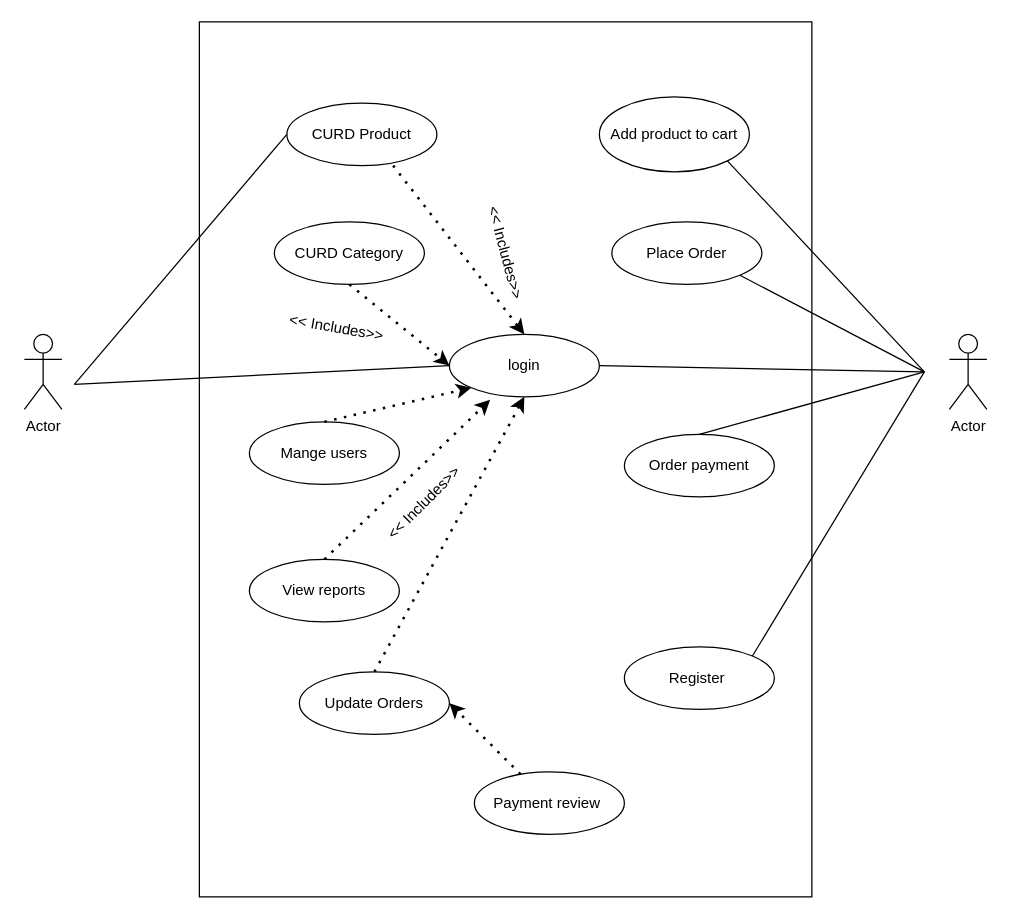
Before: Untitled Diagram.drawio in sab1in/css_BEM, a draw.io diagram. Source tidied: cells renumbered, new cells numbered last; positions are measured from the earlier drawing's top-left corner, leaving out a move shared by most shapes. Both pictures are drawn from the tidied source at 125%, with x=0, y=0 at pixel (24, 21).
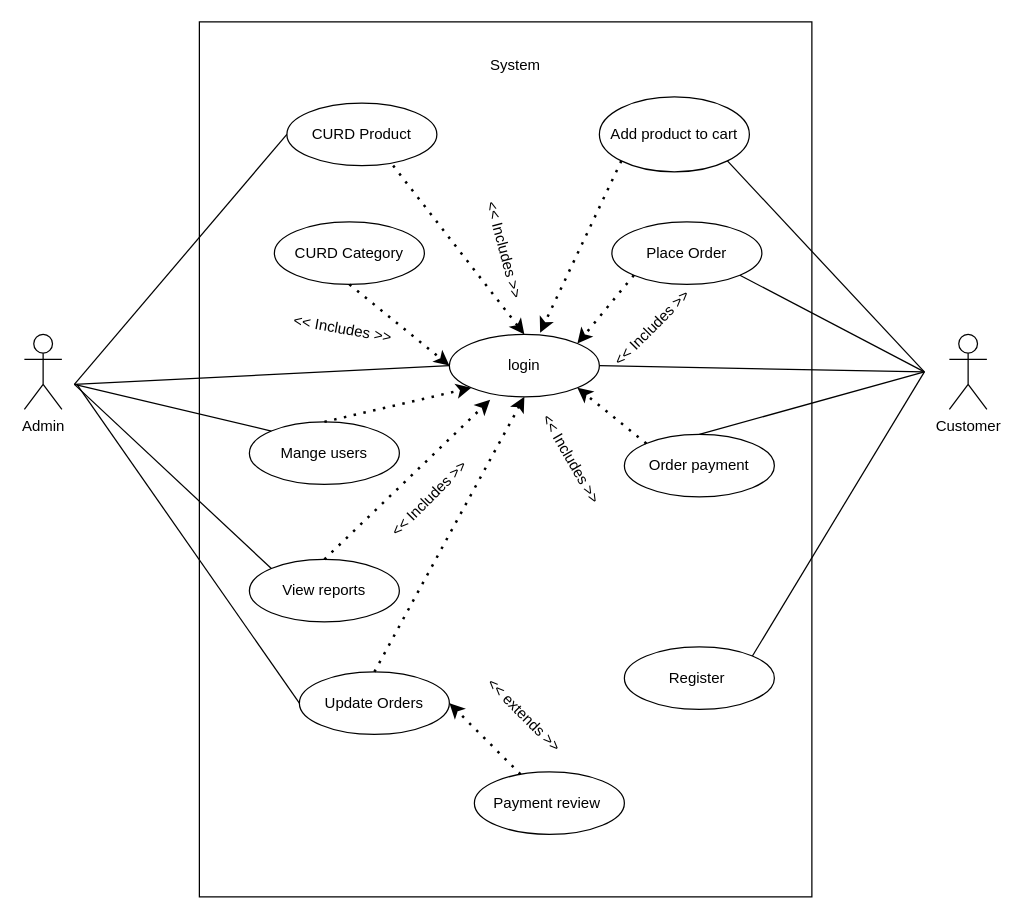
The same diagram, later.

The change refers to these unchanged cells:
```xml
<mxCell id="5" value="login" style="ellipse;whiteSpace=wrap;html=1;" parent="1" vertex="1">
  <mxGeometry x="340" y="250" width="120" height="50" as="geometry" />
</mxCell>
<mxCell id="7" value="Place Order" style="ellipse;whiteSpace=wrap;html=1;" parent="1" vertex="1">
  <mxGeometry x="470" y="160" width="120" height="50" as="geometry" />
</mxCell>
<mxCell id="8" value="Mange users" style="ellipse;whiteSpace=wrap;html=1;" parent="1" vertex="1">
  <mxGeometry x="180" y="320" width="120" height="50" as="geometry" />
</mxCell>
<mxCell id="9" value="Order payment" style="ellipse;whiteSpace=wrap;html=1;" parent="1" vertex="1">
  <mxGeometry x="480" y="330" width="120" height="50" as="geometry" />
</mxCell>
<mxCell id="11" value="Add product to cart" style="ellipse;whiteSpace=wrap;html=1;" parent="1" vertex="1">
  <mxGeometry x="460" y="60" width="120" height="60" as="geometry" />
</mxCell>
<mxCell id="13" value="View reports" style="ellipse;whiteSpace=wrap;html=1;" parent="1" vertex="1">
  <mxGeometry x="180" y="430" width="120" height="50" as="geometry" />
</mxCell>
<mxCell id="14" value="Update Orders" style="ellipse;whiteSpace=wrap;html=1;" parent="1" vertex="1">
  <mxGeometry x="220" y="520" width="120" height="50" as="geometry" />
</mxCell>
```

The edit, as a diff of the source:
```diff
@@
-    <mxCell id="3" value="Actor" style="shape=umlActor;verticalLabelPosition=bottom;verticalAlign=top;html=1;" parent="1" vertex="1">
+    <mxCell id="3" value="Admin" style="shape=umlActor;verticalLabelPosition=bottom;verticalAlign=top;html=1;" parent="1" vertex="1">
       <mxGeometry y="250" width="30" height="60" as="geometry" />
     </mxCell>
-    <mxCell id="4" value="Actor" style="shape=umlActor;verticalLabelPosition=bottom;verticalAlign=top;html=1;" parent="1" vertex="1">
+    <mxCell id="4" value="Customer" style="shape=umlActor;verticalLabelPosition=bottom;verticalAlign=top;html=1;" parent="1" vertex="1">
       <mxGeometry x="740" y="250" width="30" height="60" as="geometry" />
     </mxCell>
@@
-    <mxCell id="23" value="&amp;lt;&amp;lt; Includes&amp;gt;&amp;gt;" style="text;html=1;align=center;verticalAlign=middle;whiteSpace=wrap;rounded=0;rotation=-45;" parent="1" vertex="1">
-      <mxGeometry x="280" y="370" width="80" height="30" as="geometry" />
+    <mxCell id="23" value="&amp;lt;&amp;lt; Includes &amp;gt;&amp;gt;" style="text;html=1;align=center;verticalAlign=middle;whiteSpace=wrap;rounded=0;rotation=-45;" parent="1" vertex="1">
+      <mxGeometry x="278.5" y="366.5" width="90" height="30" as="geometry" />
     </mxCell>
-    <mxCell id="24" value="&amp;lt;&amp;lt; Includes&amp;gt;&amp;gt;" style="text;html=1;align=center;verticalAlign=middle;whiteSpace=wrap;rounded=0;rotation=75;" parent="1" vertex="1">
-      <mxGeometry x="345" y="170" width="80" height="30" as="geometry" />
+    <mxCell id="24" value="&amp;lt;&amp;lt; Includes &amp;gt;&amp;gt;" style="text;html=1;align=center;verticalAlign=middle;whiteSpace=wrap;rounded=0;rotation=75;" parent="1" vertex="1">
+      <mxGeometry x="341.9" y="167.6" width="85" height="30" as="geometry" />
     </mxCell>
-    <mxCell id="25" value="&amp;lt;&amp;lt; Includes&amp;gt;&amp;gt;" style="text;html=1;align=center;verticalAlign=middle;whiteSpace=wrap;rounded=0;rotation=10;" parent="1" vertex="1">
-      <mxGeometry x="210" y="230" width="80" height="30" as="geometry" />
+    <mxCell id="25" value="&amp;lt;&amp;lt; Includes &amp;gt;&amp;gt;" style="text;html=1;align=center;verticalAlign=middle;whiteSpace=wrap;rounded=0;rotation=10;" parent="1" vertex="1">
+      <mxGeometry x="209.9" y="230.9" width="90" height="30" as="geometry" />
     </mxCell>
@@
+    <mxCell id="32" style="endArrow=classic;dashed=1;html=1;dashPattern=1 3;strokeWidth=2;rounded=0;entryX=0.605;entryY=-0.027;entryDx=0;entryDy=0;exitX=0;exitY=1;exitDx=0;exitDy=0;entryPerimeter=0;" parent="1" edge="1" source="11" target="5">
+      <mxGeometry relative="1" as="geometry" />
+    </mxCell>
+    <mxCell id="33" style="endArrow=classic;dashed=1;html=1;dashPattern=1 3;strokeWidth=2;rounded=0;entryX=1;entryY=0;entryDx=0;entryDy=0;exitX=0;exitY=1;exitDx=0;exitDy=0;" parent="1" edge="1" source="7" target="5">
+      <mxGeometry relative="1" as="geometry" />
+    </mxCell>
+    <mxCell id="34" style="endArrow=classic;dashed=1;html=1;dashPattern=1 3;strokeWidth=2;rounded=0;entryX=1;entryY=1;entryDx=0;entryDy=0;exitX=0;exitY=0;exitDx=0;exitDy=0;" parent="1" edge="1" source="9" target="5">
+      <mxGeometry relative="1" as="geometry" />
+    </mxCell>
+    <mxCell id="35" value="&amp;lt;&amp;lt; extends &amp;gt;&amp;gt;" style="text;html=1;align=center;verticalAlign=middle;whiteSpace=wrap;rounded=0;rotation=45;" parent="1" vertex="1">
+      <mxGeometry x="360" y="540" width="80" height="30" as="geometry" />
+    </mxCell>
+    <mxCell id="36" value="&amp;lt;&amp;lt; Includes &amp;gt;&amp;gt;" style="text;html=1;align=center;verticalAlign=middle;whiteSpace=wrap;rounded=0;rotation=-45;" parent="1" vertex="1">
+      <mxGeometry x="460" y="230" width="85" height="30" as="geometry" />
+    </mxCell>
+    <mxCell id="37" value="&amp;lt;&amp;lt; Includes &amp;gt;&amp;gt;" style="text;html=1;align=center;verticalAlign=middle;whiteSpace=wrap;rounded=0;rotation=60;" parent="1" vertex="1">
+      <mxGeometry x="395" y="335" width="85" height="30" as="geometry" />
+    </mxCell>
+    <mxCell id="38" style="endArrow=none;html=1;rounded=0;entryX=0;entryY=0;entryDx=0;entryDy=0;" parent="1" edge="1" target="8">
+      <mxGeometry relative="1" as="geometry">
+        <mxPoint x="40" y="290" as="sourcePoint" />
+      </mxGeometry>
+    </mxCell>
+    <mxCell id="39" style="endArrow=none;html=1;rounded=0;entryX=0;entryY=0;entryDx=0;entryDy=0;" parent="1" edge="1" target="13">
+      <mxGeometry relative="1" as="geometry">
+        <mxPoint x="40" y="290" as="sourcePoint" />
+      </mxGeometry>
+    </mxCell>
+    <mxCell id="40" style="endArrow=none;html=1;rounded=0;entryX=0;entryY=0.5;entryDx=0;entryDy=0;" parent="1" edge="1" target="14">
+      <mxGeometry relative="1" as="geometry">
+        <mxPoint x="42" y="290" as="sourcePoint" />
+      </mxGeometry>
+    </mxCell>
+    <mxCell id="41" value="System" style="text;html=1;align=center;verticalAlign=middle;whiteSpace=wrap;rounded=0;" parent="1" vertex="1">
+      <mxGeometry x="330" y="20" width="125.7" height="30" as="geometry" />
+    </mxCell>
```
